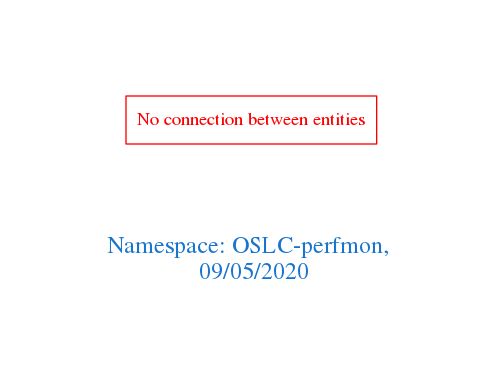
arago/OGIT keeps this Graphviz diagram as downloads/OSLC-perfmon.png. Above is the earlier version. Its source is kept beside it as downloads/OSLC-perfmon.dot.
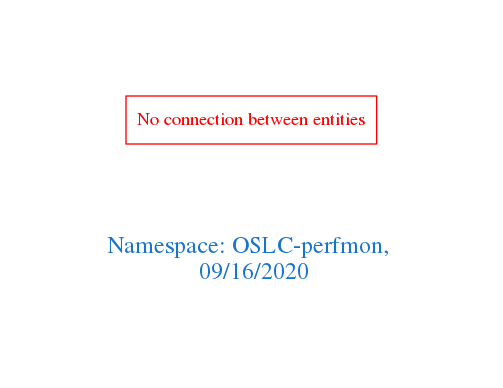
After the change.

What changed in the source:
```diff
@@ -1,7 +1,7 @@
 digraph OGIT_ontology {
  graph [ rankdir= LR,pad=1
 fontsize = 18,
-fontcolor= dodgerblue3,label = "\n\n\nNamespace: OSLC-perfmon, \n 09/05/2020"];
+fontcolor= dodgerblue3,label = "\n\n\nNamespace: OSLC-perfmon, \n 09/16/2020"];
 node[shape=polygon];
 edge [  color="gray81"];
 
```
